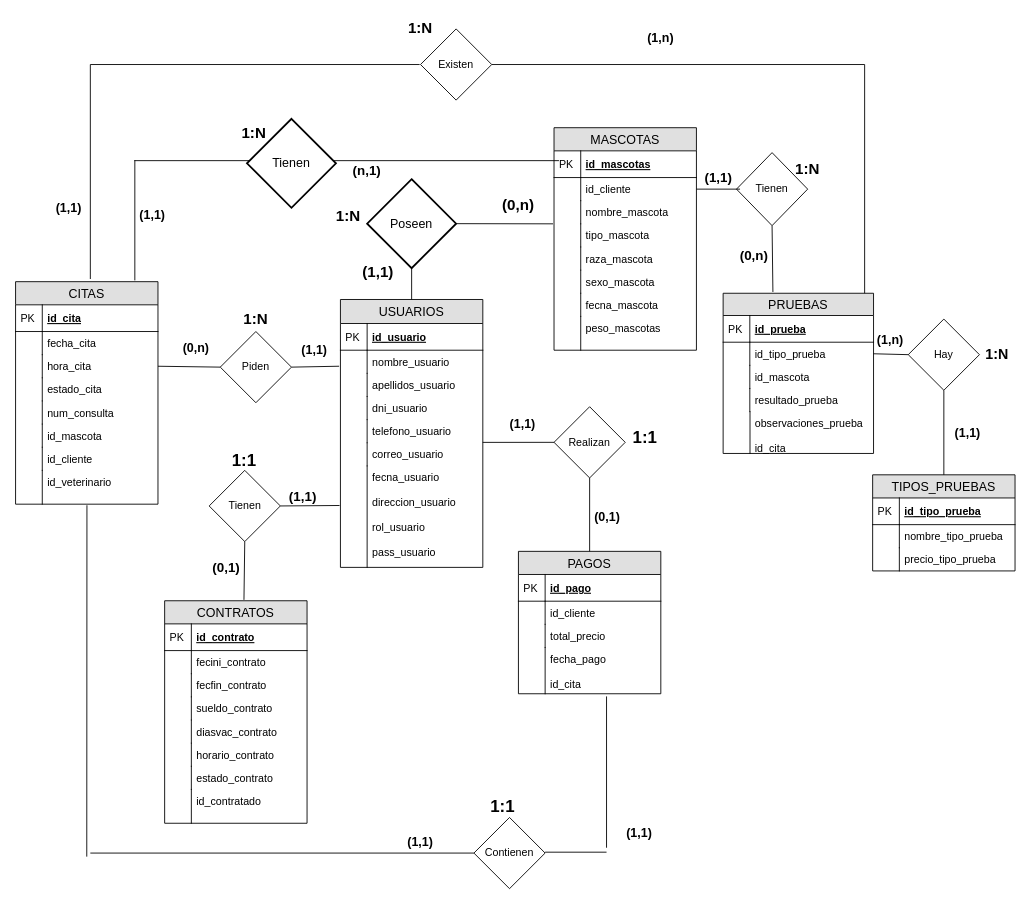
Earlier version of the draw.io diagram BBDD/Modelo Entidad Relacion/Diagrama Entidad Relacion (1).drawio (poyatos/VITAL-PET). Source tidied: cells renumbered, new cells numbered last; positions are measured from the earlier drawing's top-left corner, leaving out a move shared by most shapes. Both pictures are drawn from the tidied source at 89%, with x=0, y=0 at pixel (15, 15).
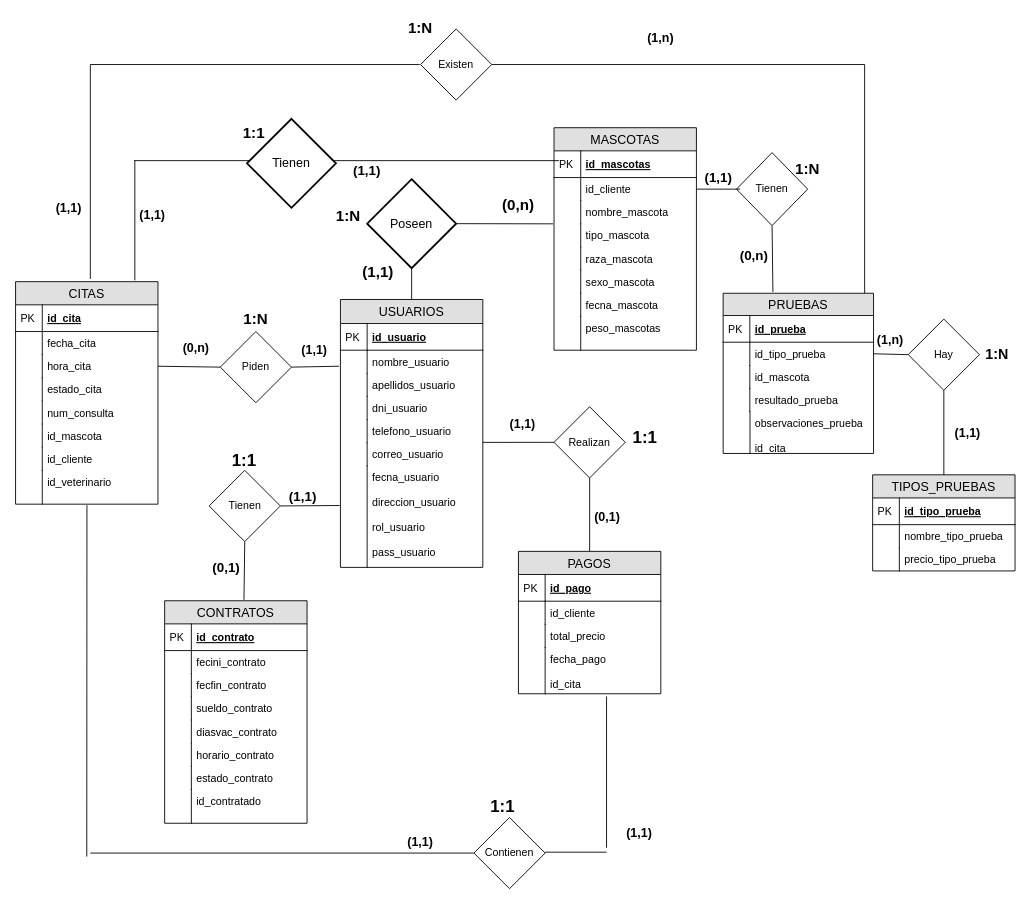
The same page after the edit.

What changed in the source:
```diff
@@
-    <mxCell id="121" value="&lt;b style=&quot;font-size: 15px&quot;&gt;(n,1)&lt;/b&gt;" style="text;html=1;strokeColor=none;fillColor=none;align=center;verticalAlign=middle;whiteSpace=wrap;rounded=0;" parent="1" vertex="1">
+    <mxCell id="121" value="&lt;b style=&quot;font-size: 15px&quot;&gt;(1,1)&lt;/b&gt;" style="text;html=1;strokeColor=none;fillColor=none;align=center;verticalAlign=middle;whiteSpace=wrap;rounded=0;" parent="1" vertex="1">
       <mxGeometry x="375" y="164" width="40" height="20" as="geometry" />
     </mxCell>
@@
-    <mxCell id="135" value="&lt;b&gt;&lt;font style=&quot;font-size: 17px&quot;&gt;1:N&lt;/font&gt;&lt;/b&gt;" style="text;html=1;strokeColor=none;fillColor=none;align=center;verticalAlign=middle;whiteSpace=wrap;rounded=0;" parent="1" vertex="1">
+    <mxCell id="135" value="&lt;b&gt;&lt;font style=&quot;font-size: 17px&quot;&gt;1:1&lt;/font&gt;&lt;/b&gt;" style="text;html=1;strokeColor=none;fillColor=none;align=center;verticalAlign=middle;whiteSpace=wrap;rounded=0;" parent="1" vertex="1">
       <mxGeometry x="247.5" y="123" width="40" height="20" as="geometry" />
     </mxCell>
```
